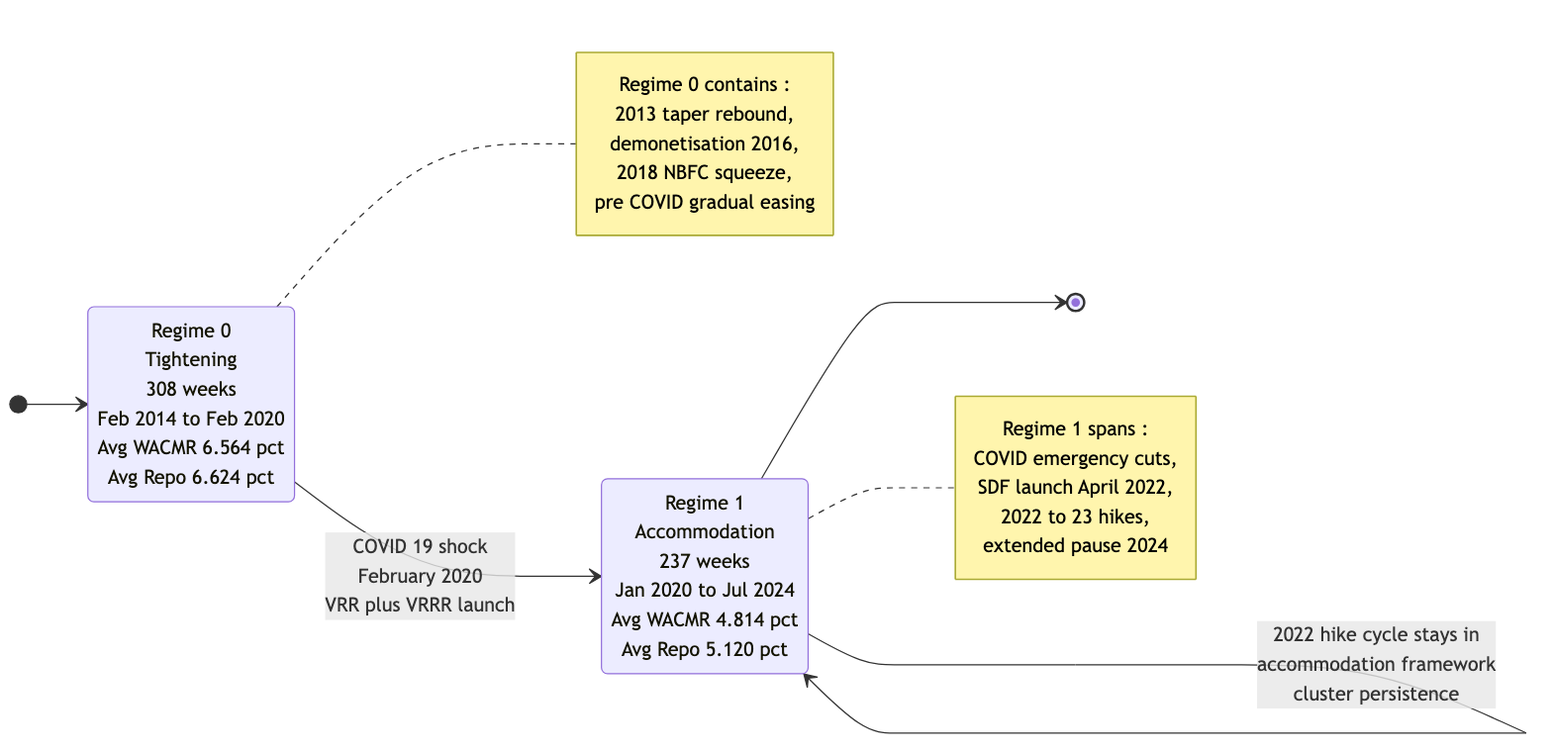
Earlier version of the Mermaid export final/diagram/regime_state_machine.png (AJ112103/DSM_project). Its source is kept beside it as final/files_mmd/regime_state_machine.mmd. Source of this version:
```mermaid
stateDiagram-v2
    direction LR

    classDef tightenStyle fill:#FFE66D,color:#1A1A2E,font-weight:bold,stroke:#16324F,stroke-width:2px
    classDef accommodateStyle fill:#4ECDC4,color:#1A1A2E,font-weight:bold,stroke:#16324F,stroke-width:2px

    state "Regime 0<br/>Tightening<br/>308 weeks<br/>Feb 2014 to Feb 2020<br/>Avg WACMR 6.564 pct<br/>Avg Repo 6.624 pct" as R0
    state "Regime 1<br/>Accommodation<br/>237 weeks<br/>Jan 2020 to Jul 2024<br/>Avg WACMR 4.814 pct<br/>Avg Repo 5.120 pct" as R1

    [*] --> R0
    R0 --> R1 : COVID 19 shock<br/>February 2020<br/>VRR plus VRRR launch
    R1 --> R1 : 2022 hike cycle stays in<br/>accommodation framework<br/>cluster persistence
    R1 --> [*]

    note right of R0
        Regime 0 contains :<br/>2013 taper rebound,<br/>demonetisation 2016,<br/>2018 NBFC squeeze,<br/>pre COVID gradual easing
    end note

    note right of R1
        Regime 1 spans :<br/>COVID emergency cuts,<br/>SDF launch April 2022,<br/>2022 to 23 hikes,<br/>extended pause 2024
    end note

    classDef _ default
```
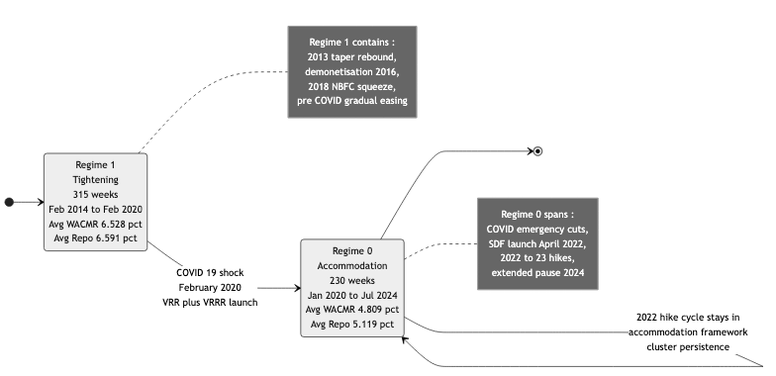
Later version of the same file.

What changed in the source:
```diff
@@ -4,20 +4,20 @@
     classDef tightenStyle fill:#FFE66D,color:#1A1A2E,font-weight:bold,stroke:#16324F,stroke-width:2px
     classDef accommodateStyle fill:#4ECDC4,color:#1A1A2E,font-weight:bold,stroke:#16324F,stroke-width:2px
 
-    state "Regime 0<br/>Tightening<br/>308 weeks<br/>Feb 2014 to Feb 2020<br/>Avg WACMR 6.564 pct<br/>Avg Repo 6.624 pct" as R0
-    state "Regime 1<br/>Accommodation<br/>237 weeks<br/>Jan 2020 to Jul 2024<br/>Avg WACMR 4.814 pct<br/>Avg Repo 5.120 pct" as R1
+    state "Regime 0<br/>Accommodation<br/>230 weeks<br/>Jan 2020 to Jul 2024<br/>Avg WACMR 4.809 pct<br/>Avg Repo 5.119 pct" as R0
+    state "Regime 1<br/>Tightening<br/>315 weeks<br/>Feb 2014 to Feb 2020<br/>Avg WACMR 6.528 pct<br/>Avg Repo 6.591 pct" as R1
 
-    [*] --> R0
-    R0 --> R1 : COVID 19 shock<br/>February 2020<br/>VRR plus VRRR launch
-    R1 --> R1 : 2022 hike cycle stays in<br/>accommodation framework<br/>cluster persistence
-    R1 --> [*]
+    [*] --> R1
+    R1 --> R0 : COVID 19 shock<br/>February 2020<br/>VRR plus VRRR launch
+    R0 --> R0 : 2022 hike cycle stays in<br/>accommodation framework<br/>cluster persistence
+    R0 --> [*]
 
     note right of R0
-        Regime 0 contains :<br/>2013 taper rebound,<br/>demonetisation 2016,<br/>2018 NBFC squeeze,<br/>pre COVID gradual easing
+        Regime 0 spans :<br/>COVID emergency cuts,<br/>SDF launch April 2022,<br/>2022 to 23 hikes,<br/>extended pause 2024
     end note
 
     note right of R1
-        Regime 1 spans :<br/>COVID emergency cuts,<br/>SDF launch April 2022,<br/>2022 to 23 hikes,<br/>extended pause 2024
+        Regime 1 contains :<br/>2013 taper rebound,<br/>demonetisation 2016,<br/>2018 NBFC squeeze,<br/>pre COVID gradual easing
     end note
 
     classDef _ default
```
